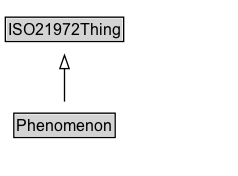
Before: docs/diagrams/Phenomenon.dot.png, a diagram exported from Graphviz (ISO-TC204/ontology-i72-v1). Its source is kept beside it as docs/diagrams/Phenomenon.dot. Source of this version:
```dot
digraph {
	graph [overlap=false rankdir=TB splines=true]
	node [fontname=Arial fontsize=12 margin=0 shape=none]
	edge [fontname=Arial fontsize=11]
	{
		rank=max
		Phenomenon [label=<<TABLE BORDER="1" CELLBORDER="0" CELLSPACING="0" CELLPADDING="1"><TR><TD BGCOLOR="lightgray" ALIGN="CENTER" PORT="e">Phenomenon</TD></TR></TABLE>> URL="../Phenomenon.md" margin=0]
	}
	subgraph cluster_associated {
		label="" style=invis
		Invis [label=<<TABLE BORDER="0" CELLBORDER="0" CELLSPACING="0" CELLPADDING="1"><TR><TD></TD></TR></TABLE>> margin=0 style=invis]
	}
	ISO21972Thing [label=<<TABLE BORDER="1" CELLBORDER="0" CELLSPACING="0" CELLPADDING="1"><TR><TD BGCOLOR="lightgray" ALIGN="CENTER">ISO21972Thing</TD></TR></TABLE>> URL="../ISO21972Thing.md" margin=0]
	Phenomenon -> ISO21972Thing [arrowhead=onormal style=solid]
}
```
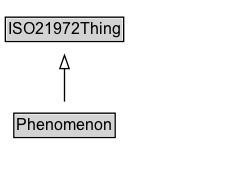
Above is the later version.

Change to the diagram source:
```diff
@@ -3,13 +3,16 @@
 	node [fontname=Arial fontsize=12 margin=0 shape=none]
 	edge [fontname=Arial fontsize=11]
 	{
+		rank=source
+		ISO21972Thing [label=<<TABLE BORDER="1" CELLBORDER="0" CELLSPACING="0" CELLPADDING="1"><TR><TD BGCOLOR="lightgray" ALIGN="CENTER">ISO21972Thing</TD></TR></TABLE>> URL="../ISO21972Thing" margin=0]
+	}
+	Phenomenon [label=<<TABLE BORDER="1" CELLBORDER="0" CELLSPACING="0" CELLPADDING="1"><TR><TD BGCOLOR="lightgray" ALIGN="CENTER">Phenomenon</TD></TR></TABLE>> URL="../Phenomenon" margin=0]
+	{
 		rank=max
-		Phenomenon [label=<<TABLE BORDER="1" CELLBORDER="0" CELLSPACING="0" CELLPADDING="1"><TR><TD BGCOLOR="lightgray" ALIGN="CENTER" PORT="e">Phenomenon</TD></TR></TABLE>> URL="../Phenomenon.md" margin=0]
 	}
 	subgraph cluster_associated {
 		label="" style=invis
 		Invis [label=<<TABLE BORDER="0" CELLBORDER="0" CELLSPACING="0" CELLPADDING="1"><TR><TD></TD></TR></TABLE>> margin=0 style=invis]
 	}
-	ISO21972Thing [label=<<TABLE BORDER="1" CELLBORDER="0" CELLSPACING="0" CELLPADDING="1"><TR><TD BGCOLOR="lightgray" ALIGN="CENTER">ISO21972Thing</TD></TR></TABLE>> URL="../ISO21972Thing.md" margin=0]
 	Phenomenon -> ISO21972Thing [arrowhead=onormal style=solid]
 }
```
